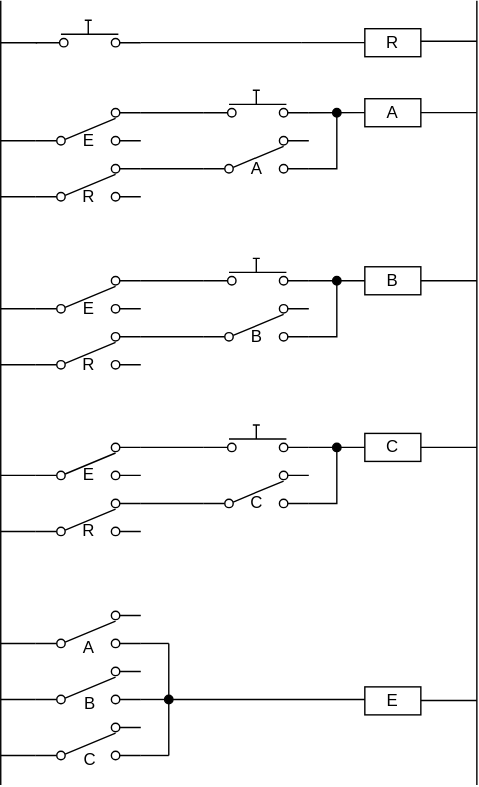
The draw.io diagram Lab/Computer/RelayComputer/Day4_Latch/img/FastPush.dio.svg in amane-uehara/kanade-k-1228.github.io, before a commit. Source tidied: cells renumbered, new cells last; positions are measured from the earlier drawing's top-left corner, leaving out a move shared by most shapes.
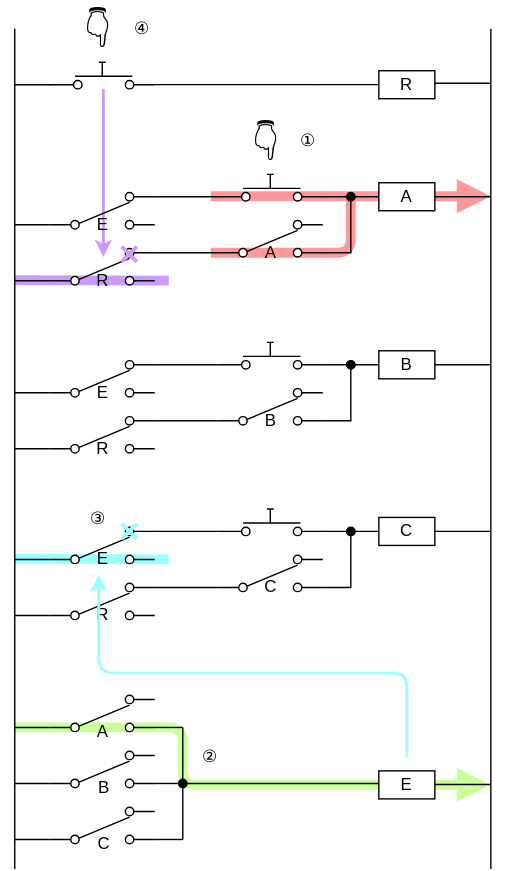
Later version of the same file.

Change to the diagram source:
```diff
@@ -2,6 +2,49 @@
   <root>
     <mxCell id="0" />
     <mxCell id="1" parent="0" />
+    <mxCell id="71" style="endArrow=classic;html=1;rounded=1;strokeWidth=2;strokeColor=#CC99FF;" parent="1" edge="1">
+      <mxGeometry relative="1" as="geometry">
+        <mxPoint x="63.3" y="3" as="sourcePoint" />
+        <mxPoint x="63.3" y="123" as="targetPoint" />
+      </mxGeometry>
+    </mxCell>
+    <mxCell id="72" style="endArrow=none;html=1;strokeWidth=7;fillColor=#a20025;endFill=0;strokeColor=#CC99FF;" parent="1" edge="1">
+      <mxGeometry relative="1" as="geometry">
+        <mxPoint y="139.6" as="sourcePoint" />
+        <mxPoint x="110" y="139.9" as="targetPoint" />
+      </mxGeometry>
+    </mxCell>
+    <mxCell id="73" style="endArrow=none;html=1;strokeWidth=7;fillColor=#a20025;endFill=0;strokeColor=#99FFFF;" parent="1" edge="1">
+      <mxGeometry relative="1" as="geometry">
+        <mxPoint y="338.7" as="sourcePoint" />
+        <mxPoint x="110" y="339" as="targetPoint" />
+      </mxGeometry>
+    </mxCell>
+    <mxCell id="74" style="endArrow=block;html=1;strokeWidth=7;fillColor=#a20025;endFill=1;strokeColor=#CCFF99;" parent="1" edge="1">
+      <mxGeometry relative="1" as="geometry">
+        <mxPoint y="459" as="sourcePoint" />
+        <mxPoint x="340" y="500" as="targetPoint" />
+        <Array as="points">
+          <mxPoint x="120" y="459" />
+          <mxPoint x="120" y="500" />
+        </Array>
+      </mxGeometry>
+    </mxCell>
+    <mxCell id="75" style="endArrow=none;html=1;strokeWidth=7;fillColor=#a20025;strokeColor=#FF9999;endFill=0;" parent="1" edge="1">
+      <mxGeometry relative="1" as="geometry">
+        <mxPoint x="140" y="120" as="sourcePoint" />
+        <mxPoint x="240" y="80" as="targetPoint" />
+        <Array as="points">
+          <mxPoint x="240" y="120" />
+        </Array>
+      </mxGeometry>
+    </mxCell>
+    <mxCell id="76" style="endArrow=block;html=1;strokeWidth=7;fillColor=#a20025;strokeColor=#FF9999;endFill=1;" parent="1" edge="1">
+      <mxGeometry relative="1" as="geometry">
+        <mxPoint x="140" y="79.7" as="sourcePoint" />
+        <mxPoint x="340" y="79.7" as="targetPoint" />
+      </mxGeometry>
+    </mxCell>
     <mxCell id="2" value="A" style="rounded=0;whiteSpace=wrap;html=1;" parent="1" vertex="1">
       <mxGeometry x="260" y="70" width="40" height="20" as="geometry" />
     </mxCell>
@@ -41,13 +84,13 @@
     <mxCell id="9" style="endArrow=none;html=1;" parent="1" edge="1">
       <mxGeometry relative="1" as="geometry">
         <mxPoint y="560" as="sourcePoint" />
-        <mxPoint as="targetPoint" />
+        <mxPoint y="-40" as="targetPoint" />
       </mxGeometry>
     </mxCell>
     <mxCell id="10" style="endArrow=none;html=1;" parent="1" edge="1">
       <mxGeometry relative="1" as="geometry">
         <mxPoint x="340" y="560" as="sourcePoint" />
-        <mxPoint x="340" as="targetPoint" />
+        <mxPoint x="340" y="-40" as="targetPoint" />
       </mxGeometry>
     </mxCell>
     <mxCell id="11" style="endArrow=none;html=1;" parent="1" edge="1">
@@ -63,12 +106,12 @@
       <mxGeometry x="53" y="130" width="20" height="20" as="geometry" />
     </mxCell>
     <mxCell id="14" value="R" style="rounded=0;whiteSpace=wrap;html=1;" parent="1" vertex="1">
-      <mxGeometry x="260" y="20" width="40" height="20" as="geometry" />
+      <mxGeometry x="260" y="-10" width="40" height="20" as="geometry" />
     </mxCell>
     <mxCell id="15" style="endArrow=none;html=1;" parent="1" edge="1">
       <mxGeometry relative="1" as="geometry">
-        <mxPoint x="300" y="29" as="sourcePoint" />
-        <mxPoint x="340" y="29" as="targetPoint" />
+        <mxPoint x="300" y="-1" as="sourcePoint" />
+        <mxPoint x="340" y="-1" as="targetPoint" />
       </mxGeometry>
     </mxCell>
     <mxCell id="16" value="E" style="rounded=0;whiteSpace=wrap;html=1;" parent="1" vertex="1">
@@ -151,24 +194,24 @@
     </mxCell>
     <mxCell id="33" style="endArrow=none;html=1;" parent="1" edge="1">
       <mxGeometry relative="1" as="geometry">
-        <mxPoint x="215" y="30" as="sourcePoint" />
-        <mxPoint x="260" y="30" as="targetPoint" />
+        <mxPoint x="215" as="sourcePoint" />
+        <mxPoint x="260" as="targetPoint" />
       </mxGeometry>
     </mxCell>
     <mxCell id="34" style="endArrow=none;html=1;" parent="1" edge="1">
       <mxGeometry relative="1" as="geometry">
-        <mxPoint y="30" as="sourcePoint" />
-        <mxPoint x="26" y="30" as="targetPoint" />
+        <mxPoint as="sourcePoint" />
+        <mxPoint x="26" as="targetPoint" />
       </mxGeometry>
     </mxCell>
     <mxCell id="35" style="endArrow=none;html=1;" parent="1" edge="1">
       <mxGeometry relative="1" as="geometry">
-        <mxPoint x="100" y="30" as="sourcePoint" />
-        <mxPoint x="215" y="30" as="targetPoint" />
+        <mxPoint x="100" as="sourcePoint" />
+        <mxPoint x="215" as="targetPoint" />
       </mxGeometry>
     </mxCell>
     <mxCell id="36" style="verticalLabelPosition=bottom;shadow=0;dashed=0;align=center;html=1;verticalAlign=top;shape=mxgraph.electrical.electro-mechanical.push_switch_no;" parent="1" vertex="1">
-      <mxGeometry x="25" y="14" width="75" height="19" as="geometry" />
+      <mxGeometry x="25" y="-16" width="75" height="19" as="geometry" />
     </mxCell>
     <mxCell id="37" style="endArrow=none;html=1;" parent="1" edge="1">
       <mxGeometry relative="1" as="geometry">
@@ -326,5 +369,39 @@
     <mxCell id="70" value="E" style="text;html=1;strokeColor=none;fillColor=none;align=center;verticalAlign=middle;whiteSpace=wrap;rounded=0;" parent="1" vertex="1">
       <mxGeometry x="52.5" y="329" width="20" height="20" as="geometry" />
     </mxCell>
+    <mxCell id="77" value="&lt;font style=&quot;font-size: 25px&quot;&gt;👉&lt;/font&gt;" style="text;html=1;strokeColor=none;fillColor=none;align=center;verticalAlign=middle;whiteSpace=wrap;rounded=0;rotation=90;" parent="1" vertex="1">
+      <mxGeometry x="162.5" y="30" width="40" height="20" as="geometry" />
+    </mxCell>
+    <mxCell id="78" value="①" style="text;html=1;strokeColor=none;fillColor=none;align=center;verticalAlign=middle;whiteSpace=wrap;rounded=0;" parent="1" vertex="1">
+      <mxGeometry x="200" y="30" width="19.5" height="20" as="geometry" />
+    </mxCell>
+    <mxCell id="79" value="②" style="text;html=1;strokeColor=none;fillColor=none;align=center;verticalAlign=middle;whiteSpace=wrap;rounded=0;" parent="1" vertex="1">
+      <mxGeometry x="130" y="470" width="19.5" height="20" as="geometry" />
+    </mxCell>
+    <mxCell id="80" value="③" style="text;html=1;strokeColor=none;fillColor=none;align=center;verticalAlign=middle;whiteSpace=wrap;rounded=0;" parent="1" vertex="1">
+      <mxGeometry x="50" y="300" width="19.5" height="20" as="geometry" />
+    </mxCell>
+    <mxCell id="81" style="endArrow=classic;html=1;strokeColor=#99FFFF;rounded=1;strokeWidth=2;" parent="1" edge="1">
+      <mxGeometry relative="1" as="geometry">
+        <mxPoint x="280" y="480" as="sourcePoint" />
+        <mxPoint x="60" y="350" as="targetPoint" />
+        <Array as="points">
+          <mxPoint x="280" y="420" />
+          <mxPoint x="60" y="420" />
+        </Array>
+      </mxGeometry>
+    </mxCell>
+    <mxCell id="82" value="&lt;font style=&quot;font-size: 25px&quot;&gt;👉&lt;/font&gt;" style="text;html=1;strokeColor=none;fillColor=none;align=center;verticalAlign=middle;whiteSpace=wrap;rounded=0;rotation=90;" parent="1" vertex="1">
+      <mxGeometry x="43" y="-50" width="40" height="20" as="geometry" />
+    </mxCell>
+    <mxCell id="83" value="④" style="text;html=1;strokeColor=none;fillColor=none;align=center;verticalAlign=middle;whiteSpace=wrap;rounded=0;" parent="1" vertex="1">
+      <mxGeometry x="80.5" y="-50" width="19.5" height="20" as="geometry" />
+    </mxCell>
+    <mxCell id="84" value="✕" style="text;html=1;strokeColor=none;fillColor=none;align=center;verticalAlign=middle;whiteSpace=wrap;rounded=0;fontColor=#CC99FF;fontSize=20;fontStyle=1;" parent="1" vertex="1">
+      <mxGeometry x="72.5" y="112" width="17.5" height="18" as="geometry" />
+    </mxCell>
+    <mxCell id="85" value="✕" style="text;html=1;strokeColor=none;fillColor=none;align=center;verticalAlign=middle;whiteSpace=wrap;rounded=0;fontSize=20;fontStyle=1;fontColor=#99FFFF;" parent="1" vertex="1">
+      <mxGeometry x="72.5" y="310" width="17.5" height="18" as="geometry" />
+    </mxCell>
   </root>
 </mxGraphModel>
```
